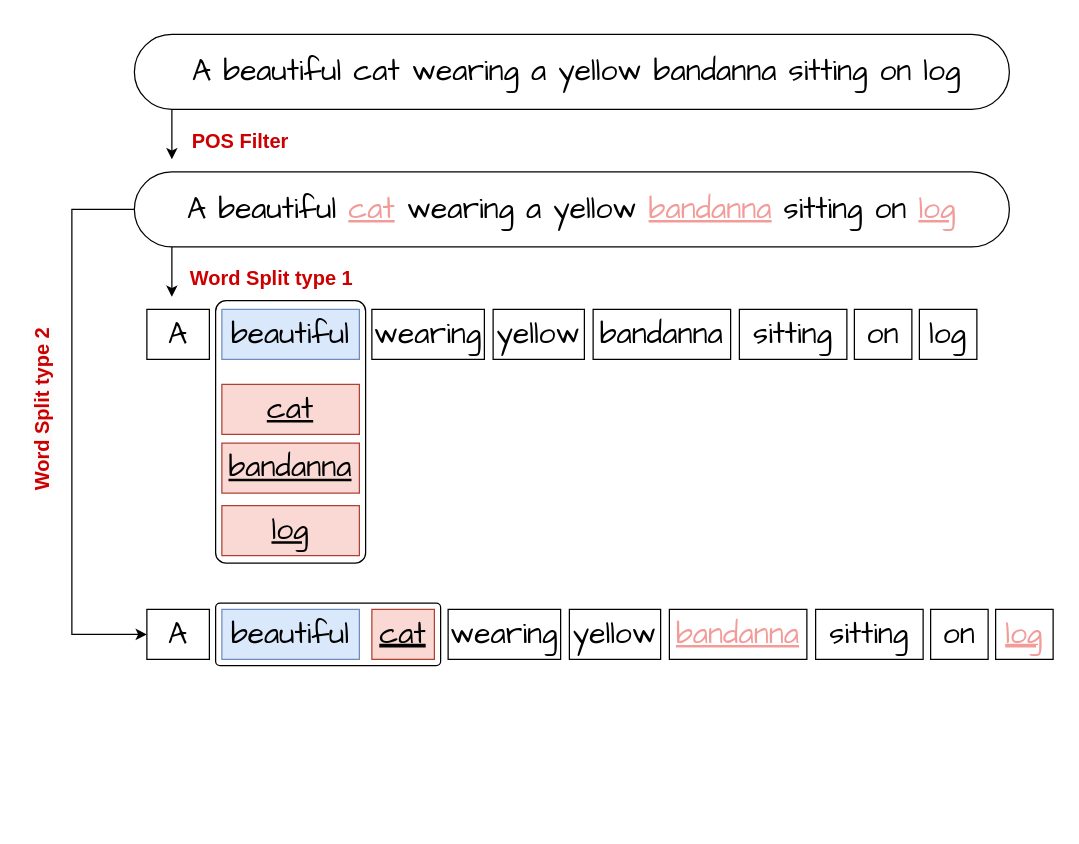
Above: backdoor detection.drawio in Aemilia-xu/CS231n (draw.io), before the change. Source tidied: cells renumbered, new cells numbered last; positions are measured from the earlier drawing's top-left corner, leaving out a move shared by most shapes. Both pictures are drawn from the tidied source at 125%, with x=0, y=0 at pixel (-79, 21).
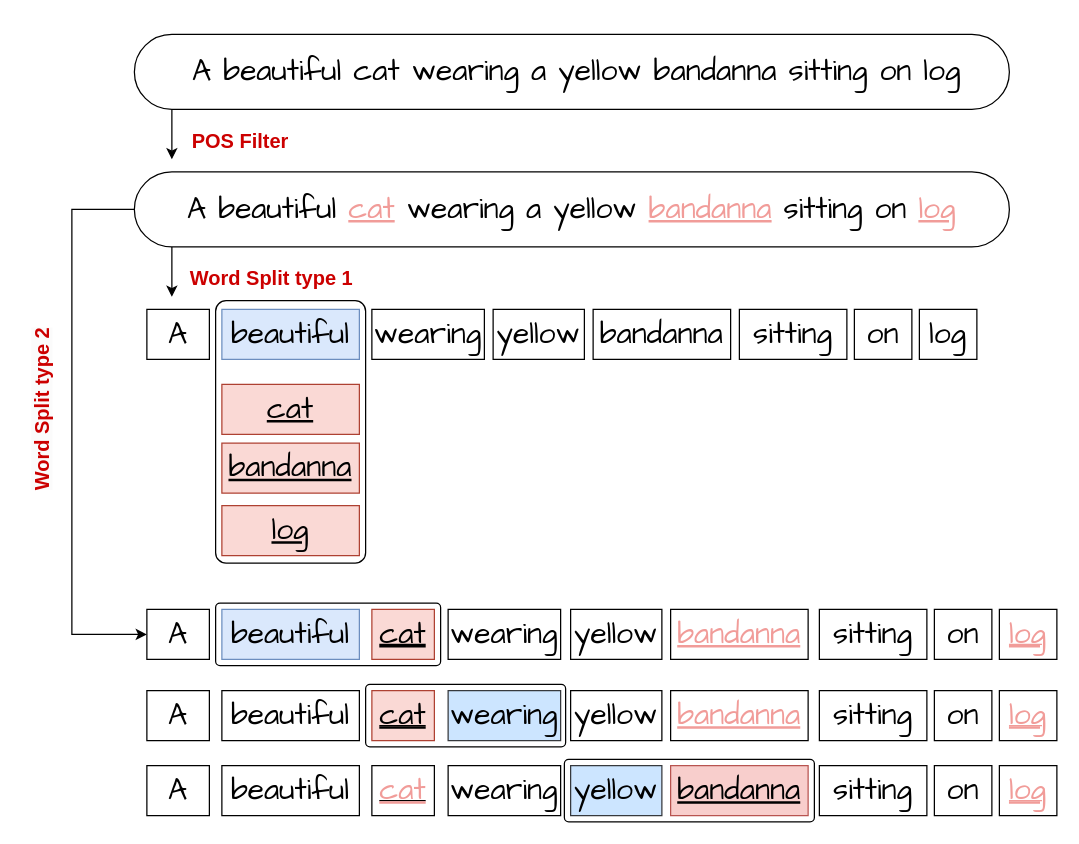
After the change.

What changed in the source:
```diff
@@
     <mxCell id="27" value="&lt;span style=&quot;font-family: &amp;quot;Comic Sans MS&amp;quot;; font-size: 24px;&quot;&gt;&lt;font style=&quot;color: rgb(0, 0, 0);&quot;&gt;yellow&lt;/font&gt;&lt;/span&gt;" style="rounded=0;whiteSpace=wrap;html=1;" parent="1" vertex="1">
-      <mxGeometry x="518" y="470" width="73" height="40" as="geometry" />
+      <mxGeometry x="519" y="470" width="73" height="40" as="geometry" />
     </mxCell>
     <mxCell id="28" value="&lt;span style=&quot;font-family: &amp;quot;Comic Sans MS&amp;quot;; font-size: 24px;&quot;&gt;&lt;font style=&quot;color: rgb(241, 156, 153);&quot;&gt;&lt;u&gt;bandanna&lt;/u&gt;&lt;/font&gt;&lt;/span&gt;" style="rounded=0;whiteSpace=wrap;html=1;" parent="1" vertex="1">
-      <mxGeometry x="598" y="470" width="110" height="40" as="geometry" />
+      <mxGeometry x="599" y="470" width="110" height="40" as="geometry" />
     </mxCell>
     <mxCell id="29" value="&lt;span style=&quot;font-family: &amp;quot;Comic Sans MS&amp;quot;; font-size: 24px;&quot;&gt;&lt;font style=&quot;color: rgb(0, 0, 0);&quot;&gt;sitting&lt;/font&gt;&lt;/span&gt;" style="rounded=0;whiteSpace=wrap;html=1;" parent="1" vertex="1">
-      <mxGeometry x="715" y="470" width="86" height="40" as="geometry" />
+      <mxGeometry x="718" y="470" width="86" height="40" as="geometry" />
     </mxCell>
     <mxCell id="30" value="&lt;span style=&quot;font-family: &amp;quot;Comic Sans MS&amp;quot;; font-size: 24px;&quot;&gt;&lt;font style=&quot;color: rgb(0, 0, 0);&quot;&gt;on&lt;/font&gt;&lt;/span&gt;" style="rounded=0;whiteSpace=wrap;html=1;" parent="1" vertex="1">
-      <mxGeometry x="807" y="470" width="46" height="40" as="geometry" />
+      <mxGeometry x="810" y="470" width="46" height="40" as="geometry" />
     </mxCell>
     <mxCell id="31" value="&lt;u style=&quot;font-family: &amp;quot;Comic Sans MS&amp;quot;; font-size: 24px;&quot;&gt;log&lt;/u&gt;" style="rounded=0;whiteSpace=wrap;html=1;fontColor=#F19C99;fontStyle=4;" parent="1" vertex="1">
-      <mxGeometry x="859" y="470" width="46" height="40" as="geometry" />
+      <mxGeometry x="862" y="470" width="46" height="40" as="geometry" />
     </mxCell>
@@
+    <mxCell id="34" style="rounded=1;whiteSpace=wrap;html=1;arcSize=7;" parent="1" vertex="1">
+      <mxGeometry x="355" y="530" width="160" height="50" as="geometry" />
+    </mxCell>
+    <mxCell id="35" value="&lt;span style=&quot;font-family: &amp;quot;Comic Sans MS&amp;quot;; font-size: 24px;&quot;&gt;&lt;font style=&quot;color: rgb(0, 0, 0);&quot;&gt;A&lt;/font&gt;&lt;/span&gt;" style="rounded=0;whiteSpace=wrap;html=1;" parent="1" vertex="1">
+      <mxGeometry x="180" y="535" width="50" height="40" as="geometry" />
+    </mxCell>
+    <mxCell id="36" value="&lt;span style=&quot;font-family: &amp;quot;Comic Sans MS&amp;quot;; font-size: 24px;&quot;&gt;&lt;font style=&quot;color: rgb(0, 0, 0);&quot;&gt;beautiful&lt;/font&gt;&lt;/span&gt;" style="rounded=0;whiteSpace=wrap;html=1;" parent="1" vertex="1">
+      <mxGeometry x="240" y="535" width="110" height="40" as="geometry" />
+    </mxCell>
+    <mxCell id="37" value="&lt;span style=&quot;font-family: &amp;quot;Comic Sans MS&amp;quot;; font-size: 24px;&quot;&gt;&lt;font style=&quot;color: rgb(0, 0, 0);&quot;&gt;wearing&lt;/font&gt;&lt;/span&gt;" style="rounded=0;whiteSpace=wrap;html=1;fillColor=#cce5ff;strokeColor=#36393d;" parent="1" vertex="1">
+      <mxGeometry x="421" y="535" width="90" height="40" as="geometry" />
+    </mxCell>
+    <mxCell id="38" value="&lt;span style=&quot;font-family: &amp;quot;Comic Sans MS&amp;quot;; font-size: 24px;&quot;&gt;&lt;font style=&quot;color: rgb(0, 0, 0);&quot;&gt;yellow&lt;/font&gt;&lt;/span&gt;" style="rounded=0;whiteSpace=wrap;html=1;" parent="1" vertex="1">
+      <mxGeometry x="519" y="535" width="73" height="40" as="geometry" />
+    </mxCell>
+    <mxCell id="39" value="&lt;span style=&quot;font-family: &amp;quot;Comic Sans MS&amp;quot;; font-size: 24px;&quot;&gt;&lt;font style=&quot;color: rgb(241, 156, 153);&quot;&gt;&lt;u&gt;bandanna&lt;/u&gt;&lt;/font&gt;&lt;/span&gt;" style="rounded=0;whiteSpace=wrap;html=1;" parent="1" vertex="1">
+      <mxGeometry x="599" y="535" width="110" height="40" as="geometry" />
+    </mxCell>
+    <mxCell id="40" value="&lt;span style=&quot;font-family: &amp;quot;Comic Sans MS&amp;quot;; font-size: 24px;&quot;&gt;&lt;font style=&quot;color: rgb(0, 0, 0);&quot;&gt;sitting&lt;/font&gt;&lt;/span&gt;" style="rounded=0;whiteSpace=wrap;html=1;" parent="1" vertex="1">
+      <mxGeometry x="718" y="535" width="86" height="40" as="geometry" />
+    </mxCell>
+    <mxCell id="41" value="&lt;span style=&quot;font-family: &amp;quot;Comic Sans MS&amp;quot;; font-size: 24px;&quot;&gt;&lt;font style=&quot;color: rgb(0, 0, 0);&quot;&gt;on&lt;/font&gt;&lt;/span&gt;" style="rounded=0;whiteSpace=wrap;html=1;" parent="1" vertex="1">
+      <mxGeometry x="810" y="535" width="46" height="40" as="geometry" />
+    </mxCell>
+    <mxCell id="42" value="&lt;u style=&quot;font-family: &amp;quot;Comic Sans MS&amp;quot;; font-size: 24px;&quot;&gt;log&lt;/u&gt;" style="rounded=0;whiteSpace=wrap;html=1;fontColor=#F19C99;fontStyle=4;" parent="1" vertex="1">
+      <mxGeometry x="862" y="535" width="46" height="40" as="geometry" />
+    </mxCell>
+    <mxCell id="43" value="&lt;u style=&quot;font-family: &amp;quot;Comic Sans MS&amp;quot;; font-size: 24px;&quot;&gt;&lt;font style=&quot;color: rgb(0, 0, 0);&quot;&gt;cat&lt;/font&gt;&lt;/u&gt;" style="rounded=0;whiteSpace=wrap;html=1;fillColor=#fad9d5;strokeColor=#ae4132;fontStyle=4;" parent="1" vertex="1">
+      <mxGeometry x="360" y="535" width="50" height="40" as="geometry" />
+    </mxCell>
+    <mxCell id="44" style="rounded=1;whiteSpace=wrap;html=1;arcSize=7;" parent="1" vertex="1">
+      <mxGeometry x="514" y="590" width="200" height="50" as="geometry" />
+    </mxCell>
+    <mxCell id="45" value="&lt;span style=&quot;font-family: &amp;quot;Comic Sans MS&amp;quot;; font-size: 24px;&quot;&gt;&lt;font style=&quot;color: rgb(0, 0, 0);&quot;&gt;A&lt;/font&gt;&lt;/span&gt;" style="rounded=0;whiteSpace=wrap;html=1;" parent="1" vertex="1">
+      <mxGeometry x="180" y="595" width="50" height="40" as="geometry" />
+    </mxCell>
+    <mxCell id="46" value="&lt;span style=&quot;font-family: &amp;quot;Comic Sans MS&amp;quot;; font-size: 24px;&quot;&gt;&lt;font style=&quot;color: rgb(0, 0, 0);&quot;&gt;beautiful&lt;/font&gt;&lt;/span&gt;" style="rounded=0;whiteSpace=wrap;html=1;" parent="1" vertex="1">
+      <mxGeometry x="240" y="595" width="110" height="40" as="geometry" />
+    </mxCell>
+    <mxCell id="47" value="&lt;span style=&quot;font-family: &amp;quot;Comic Sans MS&amp;quot;; font-size: 24px;&quot;&gt;&lt;font style=&quot;color: rgb(0, 0, 0);&quot;&gt;wearing&lt;/font&gt;&lt;/span&gt;" style="rounded=0;whiteSpace=wrap;html=1;" parent="1" vertex="1">
+      <mxGeometry x="421" y="595" width="90" height="40" as="geometry" />
+    </mxCell>
+    <mxCell id="48" value="&lt;span style=&quot;font-family: &amp;quot;Comic Sans MS&amp;quot;; font-size: 24px;&quot;&gt;&lt;font style=&quot;color: rgb(0, 0, 0);&quot;&gt;yellow&lt;/font&gt;&lt;/span&gt;" style="rounded=0;whiteSpace=wrap;html=1;fillColor=#cce5ff;strokeColor=#36393d;" parent="1" vertex="1">
+      <mxGeometry x="519" y="595" width="73" height="40" as="geometry" />
+    </mxCell>
+    <mxCell id="49" value="&lt;span style=&quot;font-family: &amp;quot;Comic Sans MS&amp;quot;; font-size: 24px;&quot;&gt;&lt;font style=&quot;color: rgb(0, 0, 0);&quot;&gt;&lt;u style=&quot;&quot;&gt;bandanna&lt;/u&gt;&lt;/font&gt;&lt;/span&gt;" style="rounded=0;whiteSpace=wrap;html=1;fillColor=#f8cecc;strokeColor=#b85450;" parent="1" vertex="1">
+      <mxGeometry x="599" y="595" width="110" height="40" as="geometry" />
+    </mxCell>
+    <mxCell id="50" value="&lt;span style=&quot;font-family: &amp;quot;Comic Sans MS&amp;quot;; font-size: 24px;&quot;&gt;&lt;font style=&quot;color: rgb(0, 0, 0);&quot;&gt;sitting&lt;/font&gt;&lt;/span&gt;" style="rounded=0;whiteSpace=wrap;html=1;" parent="1" vertex="1">
+      <mxGeometry x="718" y="595" width="86" height="40" as="geometry" />
+    </mxCell>
+    <mxCell id="51" value="&lt;span style=&quot;font-family: &amp;quot;Comic Sans MS&amp;quot;; font-size: 24px;&quot;&gt;&lt;font style=&quot;color: rgb(0, 0, 0);&quot;&gt;on&lt;/font&gt;&lt;/span&gt;" style="rounded=0;whiteSpace=wrap;html=1;" parent="1" vertex="1">
+      <mxGeometry x="810" y="595" width="46" height="40" as="geometry" />
+    </mxCell>
+    <mxCell id="52" value="&lt;u style=&quot;font-family: &amp;quot;Comic Sans MS&amp;quot;; font-size: 24px;&quot;&gt;log&lt;/u&gt;" style="rounded=0;whiteSpace=wrap;html=1;fontColor=#F19C99;fontStyle=4;" parent="1" vertex="1">
+      <mxGeometry x="862" y="595" width="46" height="40" as="geometry" />
+    </mxCell>
+    <mxCell id="53" value="&lt;u style=&quot;color: rgb(241, 156, 153); font-family: &amp;quot;Comic Sans MS&amp;quot;; font-size: 24px;&quot;&gt;cat&lt;/u&gt;" style="rounded=0;whiteSpace=wrap;html=1;fontStyle=4;" parent="1" vertex="1">
+      <mxGeometry x="360" y="595" width="50" height="40" as="geometry" />
+    </mxCell>
```
